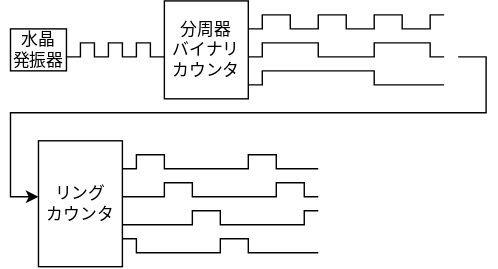
This is Lab/Computer/RK16/9_Hardware/img/clk_circuit.dio.svg from amane-uehara/kanade-k-1228.github.io, a draw.io export, as it was before one commit. Source tidied: cells renumbered, new cells last; positions are measured from the earlier drawing's top-left corner, leaving out a move shared by most shapes.
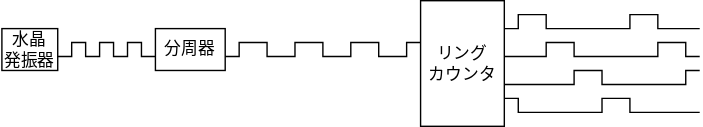
The same file after the commit.

What changed in the source:
```diff
@@ -5,8 +5,8 @@
     <mxCell id="2" value="水晶&lt;br&gt;発振器" style="rounded=0;whiteSpace=wrap;html=1;" parent="1" vertex="1">
       <mxGeometry y="20" width="40" height="30" as="geometry" />
     </mxCell>
-    <mxCell id="3" value="分周器&lt;br&gt;バイナリ&lt;br&gt;カウンタ" style="rounded=0;whiteSpace=wrap;html=1;" parent="1" vertex="1">
-      <mxGeometry x="110" width="60" height="70" as="geometry" />
+    <mxCell id="3" value="分周器" style="rounded=0;whiteSpace=wrap;html=1;" parent="1" vertex="1">
+      <mxGeometry x="110" y="20" width="50" height="30" as="geometry" />
     </mxCell>
     <mxCell id="4" style="endArrow=none;html=1;rounded=0;" parent="1" edge="1">
       <mxGeometry relative="1" as="geometry">
@@ -30,126 +30,86 @@
     </mxCell>
     <mxCell id="5" style="endArrow=none;html=1;rounded=0;" parent="1" edge="1">
       <mxGeometry relative="1" as="geometry">
-        <mxPoint x="170" y="20" as="sourcePoint" />
-        <mxPoint x="310" y="10" as="targetPoint" />
+        <mxPoint x="160" y="40" as="sourcePoint" />
+        <mxPoint x="300" y="30" as="targetPoint" />
         <Array as="points">
-          <mxPoint x="180" y="20" />
-          <mxPoint x="180" y="10" />
-          <mxPoint x="200" y="10" />
-          <mxPoint x="200" y="20" />
-          <mxPoint x="220" y="20" />
-          <mxPoint x="220" y="10" />
-          <mxPoint x="240" y="10" />
-          <mxPoint x="240" y="20" />
-          <mxPoint x="260" y="20" />
-          <mxPoint x="260" y="10" />
-          <mxPoint x="280" y="10" />
-          <mxPoint x="280" y="20" />
-          <mxPoint x="300" y="20" />
-          <mxPoint x="300" y="10" />
+          <mxPoint x="170" y="40" />
+          <mxPoint x="170" y="30" />
+          <mxPoint x="190" y="30" />
+          <mxPoint x="190" y="40" />
+          <mxPoint x="210" y="40" />
+          <mxPoint x="210" y="30" />
+          <mxPoint x="230" y="30" />
+          <mxPoint x="230" y="40" />
+          <mxPoint x="250" y="40" />
+          <mxPoint x="250" y="30" />
+          <mxPoint x="270" y="30" />
+          <mxPoint x="270" y="40" />
+          <mxPoint x="290" y="40" />
+          <mxPoint x="290" y="30" />
         </Array>
       </mxGeometry>
     </mxCell>
-    <mxCell id="6" style="endArrow=none;html=1;rounded=0;" parent="1" edge="1">
-      <mxGeometry relative="1" as="geometry">
-        <mxPoint x="170" y="40" as="sourcePoint" />
-        <mxPoint x="310" y="40" as="targetPoint" />
-        <Array as="points">
-          <mxPoint x="180" y="40" />
-          <mxPoint x="180" y="30" />
-          <mxPoint x="220" y="30" />
-          <mxPoint x="220" y="40" />
-          <mxPoint x="260" y="40" />
-          <mxPoint x="260" y="30" />
-          <mxPoint x="300" y="30" />
-          <mxPoint x="300" y="40" />
-        </Array>
-      </mxGeometry>
-    </mxCell>
-    <mxCell id="7" style="endArrow=none;html=1;rounded=0;" parent="1" edge="1">
-      <mxGeometry relative="1" as="geometry">
-        <mxPoint x="170" y="60" as="sourcePoint" />
-        <mxPoint x="310" y="60" as="targetPoint" />
-        <Array as="points">
-          <mxPoint x="180" y="60" />
-          <mxPoint x="180" y="50" />
-          <mxPoint x="260" y="50" />
-          <mxPoint x="260" y="60" />
-        </Array>
-      </mxGeometry>
-    </mxCell>
-    <mxCell id="8" style="endArrow=classic;html=1;rounded=0;" parent="1" edge="1">
-      <mxGeometry relative="1" as="geometry">
-        <mxPoint x="320" y="40" as="sourcePoint" />
-        <mxPoint x="20" y="140" as="targetPoint" />
-        <Array as="points">
-          <mxPoint x="340" y="40" />
-          <mxPoint x="340" y="80" />
-          <mxPoint y="80" />
-          <mxPoint y="140" />
-        </Array>
-      </mxGeometry>
-    </mxCell>
     <mxCell id="9" value="リング&lt;br&gt;カウンタ" style="rounded=0;whiteSpace=wrap;html=1;" parent="1" vertex="1">
-      <mxGeometry x="20" y="100" width="60" height="90" as="geometry" />
+      <mxGeometry x="300" width="60" height="90" as="geometry" />
     </mxCell>
     <mxCell id="10" style="endArrow=none;html=1;rounded=0;" parent="1" edge="1">
       <mxGeometry relative="1" as="geometry">
-        <mxPoint x="80" y="120" as="sourcePoint" />
-        <mxPoint x="220" y="120" as="targetPoint" />
+        <mxPoint x="360" y="20" as="sourcePoint" />
+        <mxPoint x="500" y="20" as="targetPoint" />
         <Array as="points">
-          <mxPoint x="90" y="120" />
-          <mxPoint x="90" y="110" />
-          <mxPoint x="110" y="110" />
-          <mxPoint x="110" y="120" />
-          <mxPoint x="170" y="120" />
-          <mxPoint x="170" y="110" />
-          <mxPoint x="190" y="110" />
-          <mxPoint x="190" y="120" />
+          <mxPoint x="370" y="20" />
+          <mxPoint x="370" y="10" />
+          <mxPoint x="390" y="10" />
+          <mxPoint x="390" y="20" />
+          <mxPoint x="450" y="20" />
+          <mxPoint x="450" y="10" />
+          <mxPoint x="470" y="10" />
+          <mxPoint x="470" y="20" />
         </Array>
       </mxGeometry>
     </mxCell>
     <mxCell id="11" style="endArrow=none;html=1;rounded=0;" parent="1" edge="1">
       <mxGeometry relative="1" as="geometry">
-        <mxPoint x="80" y="140" as="sourcePoint" />
-        <mxPoint x="220" y="140" as="targetPoint" />
+        <mxPoint x="360" y="40" as="sourcePoint" />
+        <mxPoint x="500" y="40" as="targetPoint" />
         <Array as="points">
-          <mxPoint x="110" y="140" />
-          <mxPoint x="110" y="130" />
-          <mxPoint x="130" y="130" />
-          <mxPoint x="130" y="140" />
-          <mxPoint x="190" y="140" />
-          <mxPoint x="190" y="130" />
-          <mxPoint x="210" y="130" />
-          <mxPoint x="210" y="140" />
+          <mxPoint x="390" y="40" />
+          <mxPoint x="390" y="30" />
+          <mxPoint x="410" y="30" />
+          <mxPoint x="410" y="40" />
+          <mxPoint x="470" y="40" />
+          <mxPoint x="470" y="30" />
+          <mxPoint x="490" y="30" />
+          <mxPoint x="490" y="40" />
         </Array>
       </mxGeometry>
     </mxCell>
     <mxCell id="12" style="endArrow=none;html=1;rounded=0;" parent="1" edge="1">
       <mxGeometry relative="1" as="geometry">
-        <mxPoint x="80" y="160" as="sourcePoint" />
-        <mxPoint x="220" y="150" as="targetPoint" />
+        <mxPoint x="360" y="60" as="sourcePoint" />
+        <mxPoint x="500" y="50" as="targetPoint" />
         <Array as="points">
-          <mxPoint x="130" y="160" />
-          <mxPoint x="130" y="150" />
-          <mxPoint x="150" y="150" />
-          <mxPoint x="150" y="160" />
-          <mxPoint x="210" y="160" />
-          <mxPoint x="210" y="150" />
+          <mxPoint x="410" y="60" />
+          <mxPoint x="410" y="50" />
+          <mxPoint x="430" y="50" />
+          <mxPoint x="430" y="60" />
+          <mxPoint x="490" y="60" />
+          <mxPoint x="490" y="50" />
         </Array>
       </mxGeometry>
     </mxCell>
     <mxCell id="13" style="endArrow=none;html=1;rounded=0;" parent="1" edge="1">
       <mxGeometry relative="1" as="geometry">
-        <mxPoint x="80" y="170" as="sourcePoint" />
-        <mxPoint x="220" y="180" as="targetPoint" />
+        <mxPoint x="360" y="70" as="sourcePoint" />
+        <mxPoint x="500" y="80" as="targetPoint" />
         <Array as="points">
-          <mxPoint x="90" y="170" />
-          <mxPoint x="90" y="180" />
-          <mxPoint x="150" y="180" />
-          <mxPoint x="150" y="170" />
-          <mxPoint x="170" y="170" />
-          <mxPoint x="170" y="180" />
+          <mxPoint x="370" y="70" />
+          <mxPoint x="370" y="80" />
+          <mxPoint x="430" y="80" />
+          <mxPoint x="430" y="70" />
+          <mxPoint x="450" y="70" />
+          <mxPoint x="450" y="80" />
         </Array>
       </mxGeometry>
     </mxCell>
```
